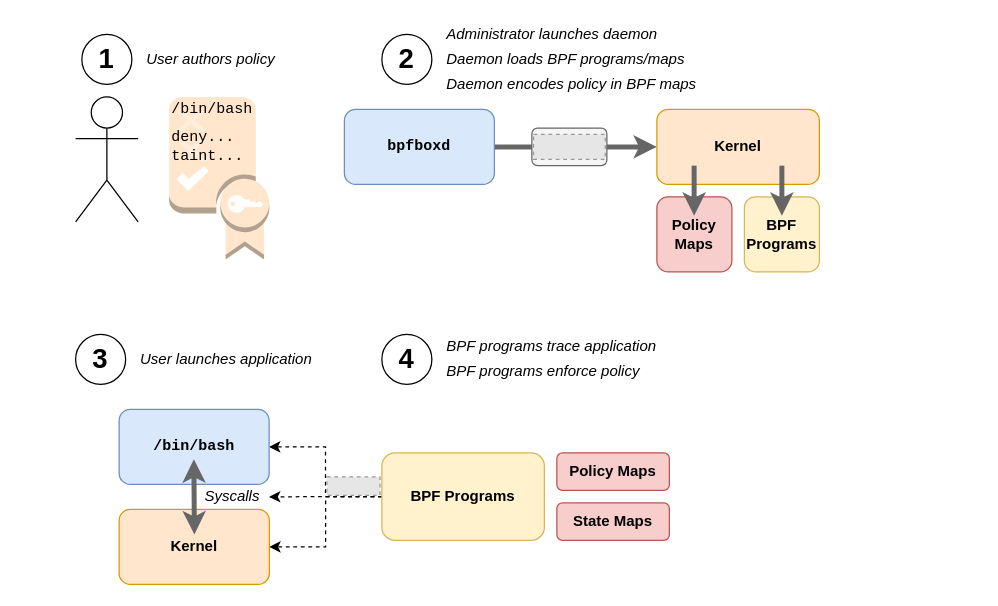
Above: thesis/figs/bpfbox/drawio/overview.drawio in willfindlay/masters-thesis (draw.io), before the change. Source tidied: cells renumbered, new cells numbered last; positions are measured from the earlier drawing's top-left corner, leaving out a move shared by most shapes. Both pictures are drawn from the tidied source at 125%, with x=0, y=0 at pixel (75, 21). Pictures stored in the file or linked from it are replaced by grey dashed boxes.
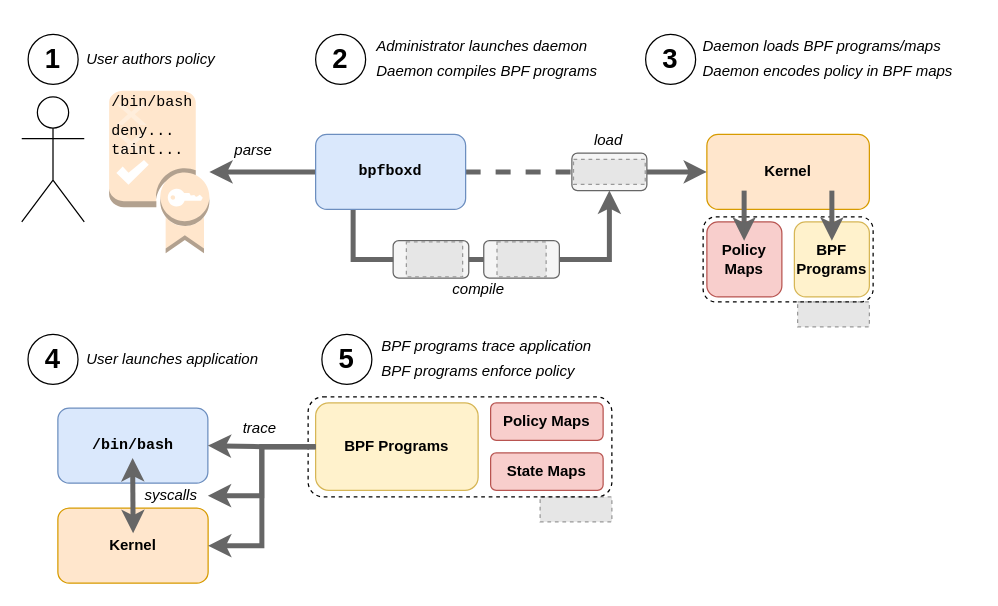
After the change.

The edit, as a diff of the source:
```diff
@@
     <mxCell id="2" value="1" style="ellipse;whiteSpace=wrap;html=1;fontStyle=1;fontSize=22;" parent="1" vertex="1">
-      <mxGeometry x="5" y="10" width="40" height="40" as="geometry" />
+      <mxGeometry x="-38" y="10" width="40" height="40" as="geometry" />
     </mxCell>
     <mxCell id="3" value="2" style="ellipse;whiteSpace=wrap;html=1;fontStyle=1;fontSize=22;" parent="1" vertex="1">
-      <mxGeometry x="245" y="10" width="40" height="40" as="geometry" />
+      <mxGeometry x="192" y="10" width="40" height="40" as="geometry" />
     </mxCell>
+    <mxCell id="40" style="edgeStyle=orthogonalEdgeStyle;rounded=0;jettySize=auto;html=1;strokeWidth=4;fillColor=#f5f5f5;strokeColor=#666666;endArrow=none;endFill=0;startArrow=classic;startFill=1;" parent="1" edge="1" source="4" target="10">
+      <mxGeometry relative="1" as="geometry" />
+    </mxCell>
     <mxCell id="4" style="outlineConnect=0;dashed=0;verticalLabelPosition=bottom;verticalAlign=top;align=center;html=1;shape=mxgraph.aws3.policy;fillColor=#ffe6cc;fontSize=12;strokeColor=#d79b00;" parent="1" vertex="1">
-      <mxGeometry x="74.8" y="60" width="80.2" height="130" as="geometry" />
+      <mxGeometry x="26.8" y="55" width="80.2" height="130" as="geometry" />
     </mxCell>
     <mxCell id="5" value="User authors policy" style="text;html=1;align=left;verticalAlign=middle;strokeColor=none;fontSize=12;fontStyle=2;" parent="1" vertex="1">
-      <mxGeometry x="54.9" y="20" width="120" height="20" as="geometry" />
+      <mxGeometry x="6.9" y="20" width="120" height="20" as="geometry" />
     </mxCell>
     <mxCell id="6" value="Administrator launches daemon" style="text;html=1;align=left;verticalAlign=middle;strokeColor=none;fontSize=12;fontStyle=2;" parent="1" vertex="1">
-      <mxGeometry x="295" width="180" height="20" as="geometry" />
+      <mxGeometry x="239" y="10" width="180" height="20" as="geometry" />
     </mxCell>
     <mxCell id="7" value="Daemon loads BPF programs/maps" style="text;html=1;align=left;verticalAlign=middle;strokeColor=none;fontSize=12;fontStyle=2;" parent="1" vertex="1">
-      <mxGeometry x="295" y="20" width="210" height="20" as="geometry" />
+      <mxGeometry x="499.5" y="10" width="210" height="20" as="geometry" />
     </mxCell>
     <mxCell id="8" value="Daemon encodes policy in BPF maps" style="text;html=1;align=left;verticalAlign=middle;strokeColor=none;fontSize=12;fontStyle=2;" parent="1" vertex="1">
-      <mxGeometry x="295" y="40" width="220" height="20" as="geometry" />
+      <mxGeometry x="499.5" y="30" width="220" height="20" as="geometry" />
     </mxCell>
-    <mxCell id="9" style="edgeStyle=orthogonalEdgeStyle;rounded=0;jettySize=auto;html=1;exitX=1;exitY=0.5;exitDx=0;exitDy=0;fontFamily=Helvetica;fontSize=12;strokeWidth=4;fillColor=#f5f5f5;strokeColor=#666666;" parent="1" edge="1" source="10">
-      <mxGeometry relative="1" as="geometry">
-        <mxPoint x="465" y="100" as="targetPoint" />
-      </mxGeometry>
+    <mxCell id="9" style="edgeStyle=orthogonalEdgeStyle;rounded=0;jettySize=auto;html=1;exitX=1;exitY=0.5;exitDx=0;exitDy=0;fontFamily=Helvetica;fontSize=12;strokeWidth=4;fillColor=#f5f5f5;strokeColor=#666666;entryX=0;entryY=0.5;entryDx=0;entryDy=0;" parent="1" edge="1" source="13" target="15">
+      <mxGeometry relative="1" as="geometry" />
     </mxCell>
+    <mxCell id="41" style="edgeStyle=orthogonalEdgeStyle;rounded=0;jettySize=auto;html=1;exitX=0.25;exitY=1;exitDx=0;exitDy=0;entryX=0.5;entryY=1;entryDx=0;entryDy=0;fontSize=12;strokeColor=#666666;strokeWidth=4;fillColor=#f5f5f5;" parent="1" edge="1" source="10" target="12">
+      <mxGeometry relative="1" as="geometry">
+        <Array as="points">
+          <mxPoint x="222" y="190" />
+          <mxPoint x="427" y="190" />
+        </Array>
+      </mxGeometry>
+    </mxCell>
+    <mxCell id="42" style="edgeStyle=orthogonalEdgeStyle;rounded=0;jettySize=auto;html=1;exitX=1;exitY=0.5;exitDx=0;exitDy=0;startArrow=none;startFill=0;endArrow=none;endFill=0;strokeWidth=4;fillColor=#f5f5f5;strokeColor=#666666;dashed=1;" parent="1" edge="1" source="10" target="13">
+      <mxGeometry relative="1" as="geometry" />
+    </mxCell>
     <mxCell id="10" value="bpfboxd" style="rounded=1;whiteSpace=wrap;html=1;fontSize=12;align=center;fontFamily=Courier New;fontStyle=1;fillColor=#dae8fc;strokeColor=#6c8ebf;" parent="1" vertex="1">
-      <mxGeometry x="215" y="70" width="120" height="60" as="geometry" />
+      <mxGeometry x="192" y="90" width="120" height="60" as="geometry" />
     </mxCell>
-    <mxCell id="11" style="group;fontFamily=Courier New;fontSize=12;align=center;" parent="1" vertex="1">
-      <mxGeometry x="365" y="85" width="60" height="125" as="geometry" />
-    </mxCell>
-    <mxCell id="12" style="rounded=1;whiteSpace=wrap;html=1;strokeWidth=1;fontFamily=Helvetica;fillColor=#f5f5f5;strokeColor=#666666;fontColor=#333333;" parent="11" vertex="1">
-      <mxGeometry width="60" height="30" as="geometry" />
-    </mxCell>
-    <mxCell id="13" style="fillColor=#E6E6E6;strokeColor=#999999;dashed=1;html=1;verticalLabelPosition=bottom;verticalAlign=top;fontFamily=Helvetica;" parent="11" vertex="1">
-      <mxGeometry x="1.3" y="5" width="57.4" height="20" as="geometry" />
-    </mxCell>
     <mxCell id="14" style="shape=umlActor;verticalLabelPosition=bottom;verticalAlign=top;html=1;fontFamily=Helvetica;fontSize=12;align=center;" parent="1" vertex="1">
-      <mxGeometry y="60" width="50" height="100" as="geometry" />
+      <mxGeometry x="-43.1" y="60" width="50" height="100" as="geometry" />
     </mxCell>
     <mxCell id="15" value="Kernel" style="rounded=1;whiteSpace=wrap;html=1;fontFamily=Helvetica;fontSize=12;align=center;fillColor=#ffe6cc;strokeColor=#d79b00;fontStyle=1;" parent="1" vertex="1">
-      <mxGeometry x="465" y="70" width="130" height="60" as="geometry" />
+      <mxGeometry x="505" y="90" width="130" height="60" as="geometry" />
     </mxCell>
     <mxCell id="16" value="BPF Programs" style="rounded=1;whiteSpace=wrap;html=1;fontFamily=Helvetica;fontSize=12;align=center;fillColor=#fff2cc;strokeColor=#d6b656;fontStyle=1;" parent="1" vertex="1">
-      <mxGeometry x="535" y="140" width="60" height="60" as="geometry" />
+      <mxGeometry x="575" y="160" width="60" height="60" as="geometry" />
     </mxCell>
     <mxCell id="17" value="Policy Maps" style="rounded=1;whiteSpace=wrap;html=1;fontFamily=Helvetica;fontSize=12;align=center;fillColor=#f8cecc;strokeColor=#b85450;fontStyle=1;" parent="1" vertex="1">
-      <mxGeometry x="465" y="140" width="60" height="60" as="geometry" />
+      <mxGeometry x="505" y="160" width="60" height="60" as="geometry" />
     </mxCell>
-    <mxCell id="18" style="edgeStyle=orthogonalEdgeStyle;rounded=0;jettySize=auto;html=1;exitX=0;exitY=0.5;exitDx=0;exitDy=0;dashed=1;fontFamily=Helvetica;fontSize=12;startArrow=none;startFill=0;endArrow=classic;endFill=1;strokeWidth=1;" parent="1" edge="1" source="21" target="28">
-      <mxGeometry relative="1" as="geometry" />
-    </mxCell>
-    <mxCell id="19" style="edgeStyle=orthogonalEdgeStyle;rounded=0;jettySize=auto;html=1;exitX=0;exitY=0.5;exitDx=0;exitDy=0;dashed=1;fontFamily=Helvetica;fontSize=12;startArrow=none;startFill=0;endArrow=classic;endFill=1;strokeWidth=1;" parent="1" edge="1" source="21" target="38">
-      <mxGeometry relative="1" as="geometry" />
-    </mxCell>
-    <mxCell id="20" style="edgeStyle=orthogonalEdgeStyle;rounded=0;jettySize=auto;html=1;exitX=0;exitY=0.5;exitDx=0;exitDy=0;entryX=1;entryY=0.5;entryDx=0;entryDy=0;dashed=1;fontFamily=Helvetica;fontSize=12;startArrow=none;startFill=0;endArrow=classic;endFill=1;strokeWidth=1;" parent="1" edge="1" source="21" target="36">
-      <mxGeometry relative="1" as="geometry" />
-    </mxCell>
     <mxCell id="21" value="BPF Programs" style="rounded=1;whiteSpace=wrap;html=1;fontFamily=Helvetica;fontSize=12;align=center;fillColor=#fff2cc;strokeColor=#d6b656;fontStyle=1;" parent="1" vertex="1">
-      <mxGeometry x="245" y="344.8" width="130" height="70" as="geometry" />
+      <mxGeometry x="192" y="304.8" width="130" height="70" as="geometry" />
     </mxCell>
     <mxCell id="22" value="Policy Maps" style="rounded=1;whiteSpace=wrap;html=1;fontFamily=Helvetica;fontSize=12;align=center;fillColor=#f8cecc;strokeColor=#b85450;fontStyle=1;" parent="1" vertex="1">
-      <mxGeometry x="385" y="344.8" width="90" height="30" as="geometry" />
+      <mxGeometry x="332" y="304.8" width="90" height="30" as="geometry" />
     </mxCell>
-    <mxCell id="23" value="3" style="ellipse;whiteSpace=wrap;html=1;fontStyle=1;fontSize=22;" parent="1" vertex="1">
-      <mxGeometry y="250" width="40" height="40" as="geometry" />
+    <mxCell id="23" value="4" style="ellipse;whiteSpace=wrap;html=1;fontStyle=1;fontSize=22;" parent="1" vertex="1">
+      <mxGeometry x="-38.1" y="250" width="40" height="40" as="geometry" />
     </mxCell>
     <mxCell id="24" value="User launches application" style="text;html=1;align=left;verticalAlign=middle;strokeColor=none;fontSize=12;fontStyle=2;" parent="1" vertex="1">
-      <mxGeometry x="50" y="260" width="150" height="20" as="geometry" />
+      <mxGeometry x="6.9" y="260" width="150" height="20" as="geometry" />
     </mxCell>
     <mxCell id="25" value="/bin/bash" style="text;html=1;align=left;verticalAlign=middle;strokeColor=none;fontSize=12;fontStyle=0;fontFamily=Courier New;" parent="1" vertex="1">
-      <mxGeometry x="74.8" y="60" width="80" height="20" as="geometry" />
+      <mxGeometry x="26.8" y="55" width="80" height="20" as="geometry" />
     </mxCell>
     <mxCell id="26" value="deny..." style="text;html=1;align=left;verticalAlign=middle;strokeColor=none;fontSize=12;fontStyle=0;fontFamily=Courier New;" parent="1" vertex="1">
-      <mxGeometry x="74.8" y="82.5" width="70" height="20" as="geometry" />
+      <mxGeometry x="26.8" y="77.5" width="70" height="20" as="geometry" />
     </mxCell>
     <mxCell id="27" value="taint..." style="text;html=1;align=left;verticalAlign=middle;strokeColor=none;fontSize=12;fontStyle=0;fontFamily=Courier New;" parent="1" vertex="1">
-      <mxGeometry x="74.8" y="97.5" width="70" height="20" as="geometry" />
+      <mxGeometry x="26.8" y="92.5" width="70" height="20" as="geometry" />
     </mxCell>
     <mxCell id="28" value="/bin/bash" style="rounded=1;whiteSpace=wrap;html=1;fontSize=12;align=center;fontFamily=Courier New;fontStyle=1;fillColor=#dae8fc;strokeColor=#6c8ebf;" parent="1" vertex="1">
-      <mxGeometry x="34.8" y="310" width="120" height="60" as="geometry" />
+      <mxGeometry x="-14.2" y="309" width="120" height="60" as="geometry" />
     </mxCell>
     <mxCell id="29" value="State Maps" style="rounded=1;whiteSpace=wrap;html=1;fontFamily=Helvetica;fontSize=12;align=center;fillColor=#f8cecc;strokeColor=#b85450;fontStyle=1;" parent="1" vertex="1">
-      <mxGeometry x="385" y="384.8" width="90" height="30" as="geometry" />
+      <mxGeometry x="332" y="344.8" width="90" height="30" as="geometry" />
     </mxCell>
-    <mxCell id="30" style="endArrow=classic;html=1;fontFamily=Courier New;fontSize=12;strokeWidth=4;fillColor=#f5f5f5;strokeColor=#666666;" parent="1" edge="1">
-      <mxGeometry relative="1" as="geometry">
-        <mxPoint x="494.8" y="115" as="sourcePoint" />
-        <mxPoint x="494.8" y="155" as="targetPoint" />
-      </mxGeometry>
-    </mxCell>
-    <mxCell id="31" style="endArrow=classic;html=1;fontFamily=Courier New;fontSize=12;strokeWidth=4;fillColor=#f5f5f5;strokeColor=#666666;" parent="1" edge="1">
-      <mxGeometry relative="1" as="geometry">
-        <mxPoint x="565" y="115" as="sourcePoint" />
-        <mxPoint x="565" y="155" as="targetPoint" />
-      </mxGeometry>
-    </mxCell>
-    <mxCell id="32" value="4" style="ellipse;whiteSpace=wrap;html=1;fontStyle=1;fontSize=22;" parent="1" vertex="1">
-      <mxGeometry x="245" y="250" width="40" height="40" as="geometry" />
+    <mxCell id="32" value="5" style="ellipse;whiteSpace=wrap;html=1;fontStyle=1;fontSize=22;" parent="1" vertex="1">
+      <mxGeometry x="197" y="250" width="40" height="40" as="geometry" />
     </mxCell>
     <mxCell id="33" value="BPF programs trace application" style="text;html=1;align=left;verticalAlign=middle;strokeColor=none;fontSize=12;fontStyle=2;" parent="1" vertex="1">
-      <mxGeometry x="295" y="250" width="180" height="20" as="geometry" />
+      <mxGeometry x="242.8" y="250" width="180" height="20" as="geometry" />
     </mxCell>
     <mxCell id="34" value="BPF programs enforce policy" style="text;html=1;align=left;verticalAlign=middle;strokeColor=none;fontSize=12;fontStyle=2;" parent="1" vertex="1">
-      <mxGeometry x="295" y="270" width="170" height="20" as="geometry" />
+      <mxGeometry x="242.8" y="270" width="170" height="20" as="geometry" />
     </mxCell>
-    <mxCell id="35" style="fillColor=#E6E6E6;strokeColor=#999999;dashed=1;html=1;verticalLabelPosition=bottom;verticalAlign=top;fontFamily=Helvetica;" parent="1" vertex="1">
-      <mxGeometry x="201" y="364" width="42.5" height="14.8" as="geometry" />
-    </mxCell>
     <mxCell id="36" value="Kernel" style="rounded=1;whiteSpace=wrap;html=1;fontFamily=Helvetica;fontSize=12;align=center;fillColor=#ffe6cc;strokeColor=#d79b00;fontStyle=1;" parent="1" vertex="1">
-      <mxGeometry x="34.8" y="390" width="120.2" height="60" as="geometry" />
+      <mxGeometry x="-14.2" y="389" width="120.2" height="60" as="geometry" />
     </mxCell>
     <mxCell id="37" style="endArrow=classic;html=1;fontFamily=Courier New;fontSize=12;strokeWidth=4;fillColor=#f5f5f5;strokeColor=#666666;startArrow=classic;startFill=1;endFill=1;" parent="1" edge="1">
       <mxGeometry relative="1" as="geometry">
-        <mxPoint x="94.6" y="350" as="sourcePoint" />
-        <mxPoint x="95" y="410" as="targetPoint" />
+        <mxPoint x="45.6" y="349" as="sourcePoint" />
+        <mxPoint x="46" y="409" as="targetPoint" />
       </mxGeometry>
     </mxCell>
-    <mxCell id="38" value="Syscalls" style="text;html=1;align=center;verticalAlign=middle;points=[];strokeColor=none;fontSize=12;fontFamily=Helvetica;fontStyle=2;" parent="1" vertex="1">
-      <mxGeometry x="94.8" y="370" width="60" height="20" as="geometry" />
+    <mxCell id="38" value="syscalls" style="text;html=1;align=center;verticalAlign=middle;points=[];strokeColor=none;fontSize=12;fontFamily=Helvetica;fontStyle=2;" parent="1" vertex="1">
+      <mxGeometry x="45.8" y="369" width="60" height="20" as="geometry" />
     </mxCell>
@@
+    <mxCell id="43" value="Daemon compiles BPF programs" style="text;html=1;align=left;verticalAlign=middle;strokeColor=none;fontSize=12;fontStyle=2;" parent="1" vertex="1">
+      <mxGeometry x="239" y="30" width="190" height="20" as="geometry" />
+    </mxCell>
+    <mxCell id="44" style="group;" parent="1" vertex="1">
+      <mxGeometry x="397" y="105" width="60" height="30" as="geometry" />
+    </mxCell>
+    <mxCell id="12" style="rounded=1;whiteSpace=wrap;html=1;strokeWidth=1;fontFamily=Helvetica;fillColor=#f5f5f5;strokeColor=#666666;fontColor=#333333;" parent="44" vertex="1">
+      <mxGeometry width="60" height="30" as="geometry" />
+    </mxCell>
+    <mxCell id="13" style="fillColor=#E6E6E6;strokeColor=#999999;dashed=1;html=1;verticalLabelPosition=bottom;verticalAlign=top;fontFamily=Helvetica;" parent="44" vertex="1">
+      <mxGeometry x="1.3" y="5" width="57.4" height="20" as="geometry" />
+    </mxCell>
+    <mxCell id="45" style="group;" parent="1" vertex="1">
+      <mxGeometry x="326.5" y="175" width="60.5" height="30" as="geometry" />
+    </mxCell>
+    <mxCell id="46" style="rounded=1;whiteSpace=wrap;html=1;fillColor=#f5f5f5;strokeColor=#666666;fontColor=#333333;" parent="45" vertex="1">
+      <mxGeometry width="60.5" height="30" as="geometry" />
+    </mxCell>
+    <mxCell id="47" style="fillColor=#E6E6E6;strokeColor=#999999;dashed=1;html=1;verticalLabelPosition=bottom;verticalAlign=top;fontFamily=Helvetica;" parent="45" vertex="1">
+      <mxGeometry x="10.6" y="1" width="39.3" height="28" as="geometry" />
+    </mxCell>
+    <mxCell id="48" value="compile" style="text;html=1;align=center;verticalAlign=middle;strokeColor=none;fontStyle=2;" parent="1" vertex="1">
+      <mxGeometry x="292" y="204" width="60" height="20" as="geometry" />
+    </mxCell>
+    <mxCell id="49" style="rounded=1;whiteSpace=wrap;html=1;fillColor=#f5f5f5;strokeColor=#666666;fontColor=#333333;" parent="1" vertex="1">
+      <mxGeometry x="254" y="175" width="60.5" height="30" as="geometry" />
+    </mxCell>
+    <mxCell id="50" style="fillColor=#E6E6E6;strokeColor=#999999;dashed=1;html=1;verticalLabelPosition=bottom;verticalAlign=top;fontFamily=Helvetica;" parent="1" vertex="1">
+      <mxGeometry x="264.6" y="176" width="45" height="28" as="geometry" />
+    </mxCell>
+    <mxCell id="51" style="fillColor=#E6E6E6;strokeColor=#999999;dashed=1;html=1;verticalLabelPosition=bottom;verticalAlign=top;fontFamily=Helvetica;" parent="1" vertex="1">
+      <mxGeometry x="577.6" y="224" width="57.4" height="20" as="geometry" />
+    </mxCell>
+    <mxCell id="52" style="rounded=1;whiteSpace=wrap;html=1;fontFamily=Helvetica;fontSize=12;align=center;fontStyle=1;fillColor=none;dashed=1;" parent="1" vertex="1">
+      <mxGeometry x="502" y="156" width="136" height="68" as="geometry" />
+    </mxCell>
+    <mxCell id="30" style="endArrow=classic;html=1;fontFamily=Courier New;fontSize=12;strokeWidth=4;fillColor=#f5f5f5;strokeColor=#666666;" parent="1" edge="1">
+      <mxGeometry relative="1" as="geometry">
+        <mxPoint x="534.8" y="135" as="sourcePoint" />
+        <mxPoint x="534.8" y="175" as="targetPoint" />
+      </mxGeometry>
+    </mxCell>
+    <mxCell id="31" style="endArrow=classic;html=1;fontFamily=Courier New;fontSize=12;strokeWidth=4;fillColor=#f5f5f5;strokeColor=#666666;" parent="1" edge="1">
+      <mxGeometry relative="1" as="geometry">
+        <mxPoint x="605" y="135" as="sourcePoint" />
+        <mxPoint x="605" y="175" as="targetPoint" />
+      </mxGeometry>
+    </mxCell>
+    <mxCell id="53" style="fillColor=#E6E6E6;strokeColor=#999999;dashed=1;html=1;verticalLabelPosition=bottom;verticalAlign=top;fontFamily=Helvetica;" parent="1" vertex="1">
+      <mxGeometry x="371.6" y="380" width="57.4" height="20" as="geometry" />
+    </mxCell>
+    <mxCell id="54" style="rounded=1;whiteSpace=wrap;html=1;fontFamily=Helvetica;fontSize=12;align=center;fontStyle=1;fillColor=none;dashed=1;" parent="1" vertex="1">
+      <mxGeometry x="186" y="300" width="243" height="80" as="geometry" />
+    </mxCell>
+    <mxCell id="18" style="edgeStyle=orthogonalEdgeStyle;rounded=0;jettySize=auto;html=1;exitX=0;exitY=0.5;exitDx=0;exitDy=0;fontFamily=Helvetica;fontSize=12;startArrow=none;startFill=0;endArrow=classic;endFill=1;strokeWidth=4;fillColor=#f5f5f5;strokeColor=#666666;" parent="1" edge="1" source="21" target="28">
+      <mxGeometry relative="1" as="geometry" />
+    </mxCell>
+    <mxCell id="19" style="edgeStyle=orthogonalEdgeStyle;rounded=0;jettySize=auto;html=1;exitX=0;exitY=0.5;exitDx=0;exitDy=0;fontFamily=Helvetica;fontSize=12;startArrow=none;startFill=0;endArrow=classic;endFill=1;strokeWidth=4;fillColor=#f5f5f5;strokeColor=#666666;" parent="1" edge="1" source="21" target="38">
+      <mxGeometry relative="1" as="geometry" />
+    </mxCell>
+    <mxCell id="20" style="edgeStyle=orthogonalEdgeStyle;rounded=0;jettySize=auto;html=1;exitX=0;exitY=0.5;exitDx=0;exitDy=0;entryX=1;entryY=0.5;entryDx=0;entryDy=0;fontFamily=Helvetica;fontSize=12;startArrow=none;startFill=0;endArrow=classic;endFill=1;strokeWidth=4;fillColor=#f5f5f5;strokeColor=#666666;" parent="1" edge="1" source="21" target="36">
+      <mxGeometry relative="1" as="geometry" />
+    </mxCell>
+    <mxCell id="55" value="trace" style="text;html=1;align=center;verticalAlign=middle;strokeColor=none;fontStyle=2;" parent="1" vertex="1">
+      <mxGeometry x="127" y="314.8" width="40" height="20" as="geometry" />
+    </mxCell>
+    <mxCell id="56" value="parse" style="text;html=1;align=center;verticalAlign=middle;strokeColor=none;fontStyle=2;" parent="1" vertex="1">
+      <mxGeometry x="117" y="92.5" width="50" height="20" as="geometry" />
+    </mxCell>
+    <mxCell id="57" value="3" style="ellipse;whiteSpace=wrap;html=1;fontStyle=1;fontSize=22;" parent="1" vertex="1">
+      <mxGeometry x="456" y="10" width="40" height="40" as="geometry" />
+    </mxCell>
+    <mxCell id="58" value="load" style="text;html=1;align=center;verticalAlign=middle;strokeColor=none;fontStyle=2;" parent="1" vertex="1">
+      <mxGeometry x="406" y="85" width="40" height="20" as="geometry" />
+    </mxCell>
```
